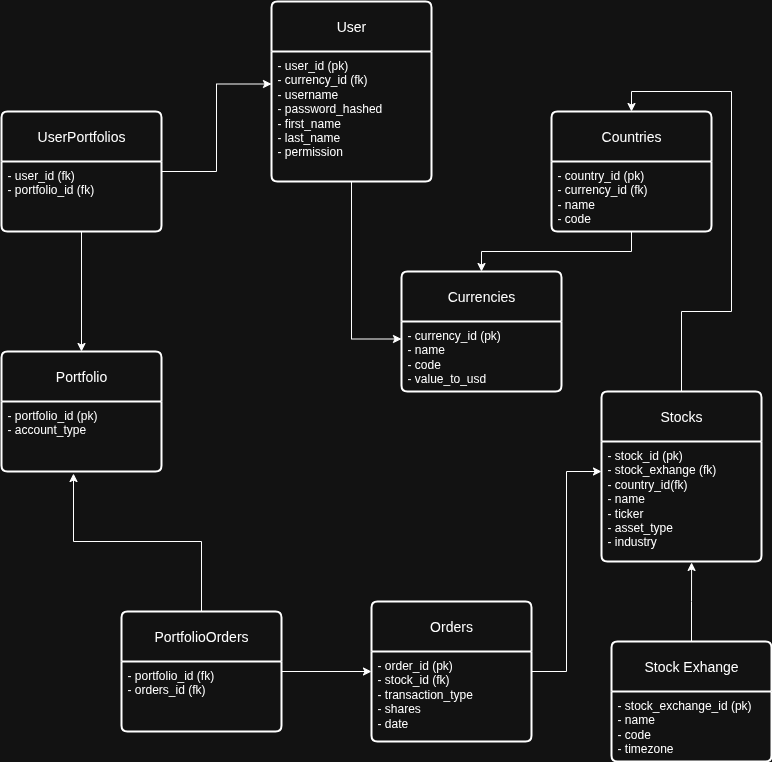
This is ERD.png from chaseltb/full-stack-stock-app, a draw.io export, as it was before one commit. Source tidied: cells renumbered, new cells last; positions are measured from the earlier drawing's top-left corner, leaving out a move shared by most shapes.
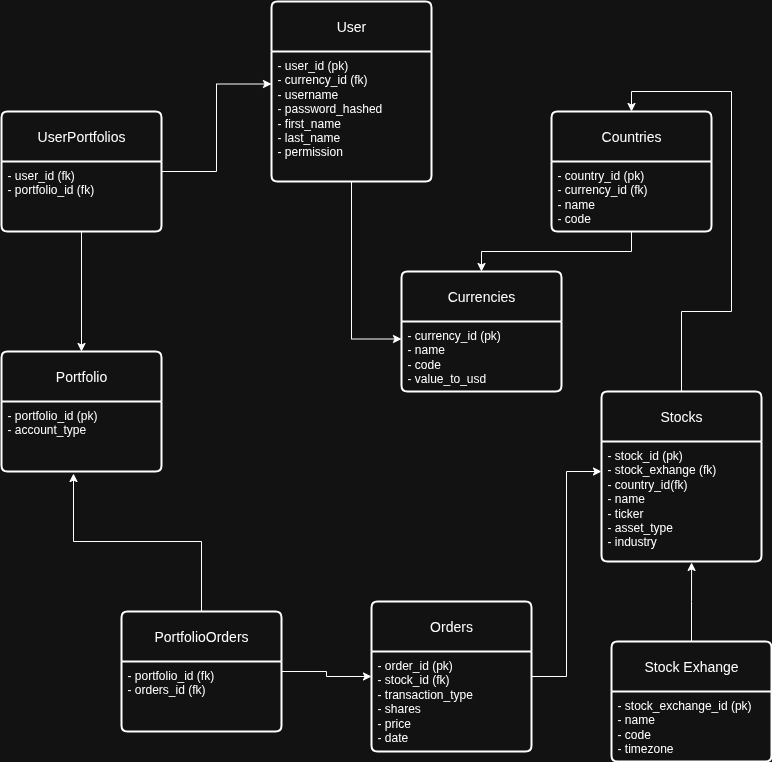
After the change.

Commit message:
added price field to orders table in ERD

What changed in the source:
```diff
@@ -30,10 +30,10 @@
       <mxGeometry relative="1" as="geometry" />
     </mxCell>
     <mxCell id="11" value="Orders" style="swimlane;horizontal=1;startSize=50;rounded=1;fontSize=14;fontStyle=0;strokeWidth=2;shadow=0;dashed=0;align=center;arcSize=4;whiteSpace=wrap;html=1;" parent="1" vertex="1">
-      <mxGeometry x="370" y="600" width="160" height="140" as="geometry" />
+      <mxGeometry x="370" y="600" width="160" height="150" as="geometry" />
     </mxCell>
-    <mxCell id="12" value="- order_id (pk)&lt;div&gt;- stock_id (fk)&lt;/div&gt;&lt;div&gt;- transaction_type&lt;/div&gt;&lt;div&gt;- shares&lt;/div&gt;&lt;div&gt;- date&lt;/div&gt;" style="align=left;strokeColor=none;fillColor=none;spacingLeft=4;spacingRight=4;fontSize=12;verticalAlign=top;html=1;whiteSpace=wrap;" parent="11" vertex="1">
-      <mxGeometry y="50" width="160" height="90" as="geometry" />
+    <mxCell id="12" value="- order_id (pk)&lt;div&gt;- stock_id (fk)&lt;/div&gt;&lt;div&gt;- transaction_type&lt;/div&gt;&lt;div&gt;- shares&lt;/div&gt;&lt;div&gt;- price&lt;/div&gt;&lt;div&gt;- date&lt;/div&gt;" style="align=left;strokeColor=none;fillColor=none;spacingLeft=4;spacingRight=4;fontSize=12;verticalAlign=top;html=1;whiteSpace=wrap;" parent="11" vertex="1">
+      <mxGeometry y="50" width="160" height="100" as="geometry" />
     </mxCell>
     <mxCell id="13" value="Countries" style="swimlane;horizontal=1;startSize=50;rounded=1;fontSize=14;fontStyle=0;strokeWidth=2;shadow=0;dashed=0;align=center;arcSize=4;whiteSpace=wrap;html=1;" parent="1" vertex="1">
       <mxGeometry x="550" y="110" width="160" height="120" as="geometry" />
```
